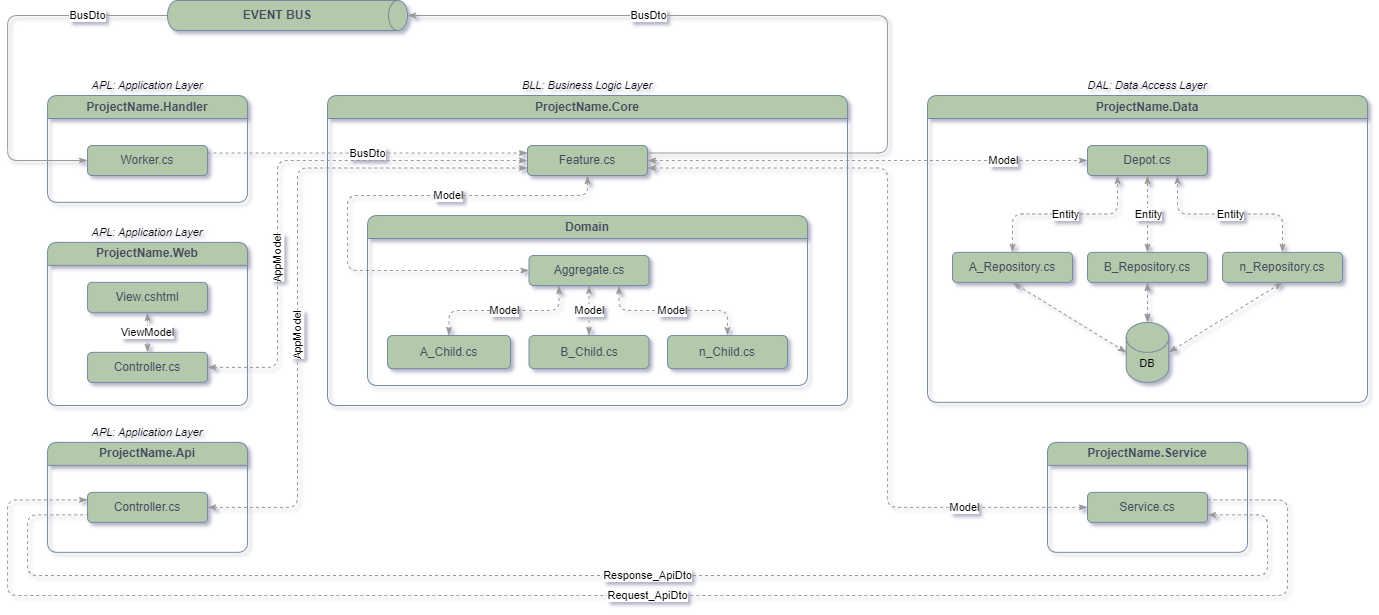
This is docs/SolutionArchitecture_style.png from iDoctor1977/MicroServicesTemplate, a draw.io export, as it was before one commit. Source tidied: cells renumbered, new cells last; positions are measured from the earlier drawing's top-left corner, leaving out a move shared by most shapes.
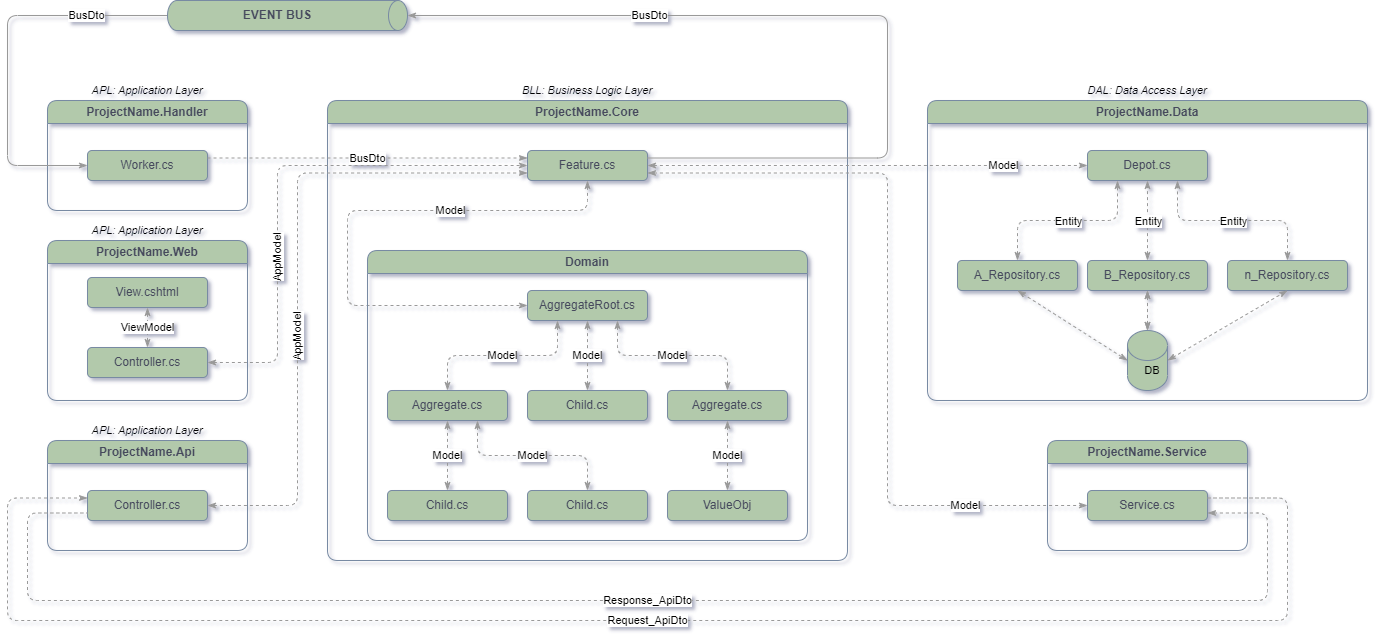
The same file after the commit.

What changed in the source:
```diff
@@ -5,3 +5,3 @@
     <mxCell id="2" value="ProjectName.Handler" style="swimlane;whiteSpace=wrap;html=1;fillColor=#B2C9AB;strokeColor=#788AA3;labelBackgroundColor=none;fontColor=#46495D;rounded=1;fontFamily=Helvetica;" parent="1" vertex="1">
-      <mxGeometry x="40" y="95" width="200" height="106.9" as="geometry" />
+      <mxGeometry x="-640" y="135" width="200" height="110" as="geometry" />
     </mxCell>
@@ -11,3 +11,3 @@
     <mxCell id="4" value="ProjectName.Core" style="swimlane;whiteSpace=wrap;html=1;labelBackgroundColor=none;fillColor=#B2C9AB;strokeColor=#788AA3;fontColor=#46495D;rounded=1;fontFamily=Helvetica;" parent="1" vertex="1">
-      <mxGeometry x="320" y="95" width="520" height="310" as="geometry" />
+      <mxGeometry x="-360" y="135" width="520" height="460" as="geometry" />
     </mxCell>
@@ -16,5 +16,5 @@
         <Array as="points">
-          <mxPoint x="260" y="100" />
-          <mxPoint x="20" y="100" />
-          <mxPoint x="20" y="175" />
+          <mxPoint x="260" y="110" />
+          <mxPoint x="20" y="110" />
+          <mxPoint x="20" y="205" />
         </Array>
@@ -29,3 +29,3 @@
     <mxCell id="8" value="Domain" style="swimlane;whiteSpace=wrap;html=1;fillColor=#B2C9AB;strokeColor=#788AA3;labelBackgroundColor=none;fontColor=#46495D;rounded=1;fontFamily=Helvetica;align=center;labelPosition=center;verticalLabelPosition=middle;verticalAlign=middle;spacingLeft=0;swimlaneLine=1;" parent="4" vertex="1">
-      <mxGeometry x="40" y="120" width="440" height="170" as="geometry" />
+      <mxGeometry x="40" y="150" width="440" height="290" as="geometry" />
     </mxCell>
@@ -37,13 +37,22 @@
     </mxCell>
-    <mxCell id="11" value="Aggregate.cs" style="rounded=1;whiteSpace=wrap;html=1;labelBackgroundColor=none;fillColor=#B2C9AB;strokeColor=#788AA3;fontColor=#46495D;fillStyle=auto;fontFamily=Helvetica;" parent="8" vertex="1">
-      <mxGeometry x="161.5" y="40" width="120" height="30" as="geometry" />
+    <mxCell id="11" value="AggregateRoot.cs" style="rounded=1;whiteSpace=wrap;html=1;labelBackgroundColor=none;fillColor=#B2C9AB;strokeColor=#788AA3;fontColor=#46495D;fillStyle=auto;fontFamily=Helvetica;" parent="8" vertex="1">
+      <mxGeometry x="160" y="40" width="120" height="30" as="geometry" />
     </mxCell>
-    <mxCell id="12" value="B_Child.cs" style="rounded=1;whiteSpace=wrap;html=1;labelBackgroundColor=none;fillColor=#B2C9AB;strokeColor=#788AA3;fontColor=#46495D;fontFamily=Helvetica;" parent="8" vertex="1">
-      <mxGeometry x="161.5" y="120" width="120" height="33.1" as="geometry" />
+    <mxCell id="12" value="Child.cs" style="rounded=1;whiteSpace=wrap;html=1;labelBackgroundColor=none;fillColor=#B2C9AB;strokeColor=#788AA3;fontColor=#46495D;fontFamily=Helvetica;" parent="8" vertex="1">
+      <mxGeometry x="160" y="140" width="120" height="30" as="geometry" />
     </mxCell>
+    <mxCell id="58" value="Model" style="edgeStyle=orthogonalEdgeStyle;shape=connector;rounded=1;jettySize=auto;html=1;dashed=1;labelBackgroundColor=default;strokeColor=#999999;align=center;verticalAlign=middle;fontFamily=Helvetica;fontSize=11;fontColor=default;startArrow=classicThin;startFill=1;endArrow=classicThin;endFill=1;" parent="8" edge="1" source="13" target="63">
+      <mxGeometry relative="1" as="geometry" />
+    </mxCell>
-    <mxCell id="13" value="n_Child.cs" style="rounded=1;whiteSpace=wrap;html=1;labelBackgroundColor=none;fillColor=#B2C9AB;strokeColor=#788AA3;fontColor=#46495D;fontFamily=Helvetica;" parent="8" vertex="1">
-      <mxGeometry x="300" y="120" width="120" height="33.1" as="geometry" />
+    <mxCell id="13" value="Aggregate.cs" style="rounded=1;whiteSpace=wrap;html=1;labelBackgroundColor=none;fillColor=#B2C9AB;strokeColor=#788AA3;fontColor=#46495D;fontFamily=Helvetica;" parent="8" vertex="1">
+      <mxGeometry x="300" y="140" width="120" height="30" as="geometry" />
     </mxCell>
+    <mxCell id="59" value="Model" style="edgeStyle=orthogonalEdgeStyle;shape=connector;rounded=1;jettySize=auto;html=1;dashed=1;labelBackgroundColor=default;strokeColor=#999999;align=center;verticalAlign=middle;fontFamily=Helvetica;fontSize=11;fontColor=default;startArrow=classicThin;startFill=1;endArrow=classicThin;endFill=1;" parent="8" edge="1" source="14" target="61">
+      <mxGeometry relative="1" as="geometry" />
+    </mxCell>
+    <mxCell id="60" value="Model" style="edgeStyle=orthogonalEdgeStyle;shape=connector;rounded=1;jettySize=auto;html=1;exitX=0.75;exitY=1;exitDx=0;exitDy=0;entryX=0.5;entryY=0;entryDx=0;entryDy=0;dashed=1;labelBackgroundColor=default;strokeColor=#999999;align=center;verticalAlign=middle;fontFamily=Helvetica;fontSize=11;fontColor=default;startArrow=classicThin;startFill=1;endArrow=classicThin;endFill=1;" parent="8" edge="1" source="14" target="62">
+      <mxGeometry relative="1" as="geometry" />
+    </mxCell>
-    <mxCell id="14" value="A_Child.cs" style="rounded=1;whiteSpace=wrap;html=1;labelBackgroundColor=none;fillColor=#B2C9AB;strokeColor=#788AA3;fontColor=#46495D;fontFamily=Helvetica;" parent="8" vertex="1">
-      <mxGeometry x="20" y="120" width="123" height="33.1" as="geometry" />
+    <mxCell id="14" value="Aggregate.cs" style="rounded=1;whiteSpace=wrap;html=1;labelBackgroundColor=none;fillColor=#B2C9AB;strokeColor=#788AA3;fontColor=#46495D;fontFamily=Helvetica;" parent="8" vertex="1">
+      <mxGeometry x="20" y="140" width="120" height="30" as="geometry" />
     </mxCell>
@@ -52,4 +61,13 @@
     </mxCell>
+    <mxCell id="61" value="Child.cs" style="rounded=1;whiteSpace=wrap;html=1;labelBackgroundColor=none;fillColor=#B2C9AB;strokeColor=#788AA3;fontColor=#46495D;fontFamily=Helvetica;" parent="8" vertex="1">
+      <mxGeometry x="20" y="240" width="120" height="30" as="geometry" />
+    </mxCell>
+    <mxCell id="62" value="Child.cs" style="rounded=1;whiteSpace=wrap;html=1;labelBackgroundColor=none;fillColor=#B2C9AB;strokeColor=#788AA3;fontColor=#46495D;fontFamily=Helvetica;" parent="8" vertex="1">
+      <mxGeometry x="160" y="240" width="120" height="30" as="geometry" />
+    </mxCell>
+    <mxCell id="63" value="ValueObj" style="rounded=1;whiteSpace=wrap;html=1;labelBackgroundColor=none;fillColor=#B2C9AB;strokeColor=#788AA3;fontColor=#46495D;fontFamily=Helvetica;" parent="8" vertex="1">
+      <mxGeometry x="300" y="240" width="120" height="30" as="geometry" />
+    </mxCell>
     <mxCell id="16" value="ProjectName.Data" style="swimlane;whiteSpace=wrap;html=1;labelBackgroundColor=none;fillColor=#B2C9AB;strokeColor=#788AA3;fontColor=#46495D;rounded=1;fontFamily=Helvetica;" parent="1" vertex="1">
-      <mxGeometry x="920" y="95" width="440" height="306.9" as="geometry" />
+      <mxGeometry x="240" y="135" width="440" height="300" as="geometry" />
     </mxCell>
@@ -59,9 +77,9 @@
     <mxCell id="18" value="B_Repository.cs" style="rounded=1;whiteSpace=wrap;html=1;labelBackgroundColor=none;fillColor=#B2C9AB;strokeColor=#788AA3;fontColor=#46495D;fontFamily=Helvetica;" parent="16" vertex="1">
-      <mxGeometry x="160" y="156.9" width="120" height="30" as="geometry" />
+      <mxGeometry x="160" y="160" width="120" height="30" as="geometry" />
     </mxCell>
     <mxCell id="19" value="n_Repository.cs" style="rounded=1;whiteSpace=wrap;html=1;labelBackgroundColor=none;fillColor=#B2C9AB;strokeColor=#788AA3;fontColor=#46495D;fontFamily=Helvetica;" parent="16" vertex="1">
-      <mxGeometry x="295" y="156.9" width="120" height="30" as="geometry" />
+      <mxGeometry x="300" y="160" width="120" height="30" as="geometry" />
     </mxCell>
     <mxCell id="20" value="A_Repository.cs" style="rounded=1;whiteSpace=wrap;html=1;labelBackgroundColor=none;fillColor=#B2C9AB;strokeColor=#788AA3;fontColor=#46495D;fontFamily=Helvetica;" parent="16" vertex="1">
-      <mxGeometry x="25" y="156.9" width="120" height="30" as="geometry" />
+      <mxGeometry x="30" y="160" width="120" height="30" as="geometry" />
     </mxCell>
@@ -71,3 +89,3 @@
     <mxCell id="22" style="shape=cylinder3;whiteSpace=wrap;html=1;boundedLbl=1;backgroundOutline=1;size=15;fontFamily=Helvetica;fontSize=11;fontColor=#46495D;labelBackgroundColor=none;fillColor=#B2C9AB;strokeColor=#788AA3;rounded=1;" parent="16" vertex="1">
-      <mxGeometry x="198.8" y="226.9" width="42.5" height="60" as="geometry" />
+      <mxGeometry x="200" y="230" width="40" height="60" as="geometry" />
     </mxCell>
@@ -101,3 +119,3 @@
     <mxCell id="32" value="DB" style="text;strokeColor=none;align=center;fillColor=none;html=1;verticalAlign=middle;whiteSpace=wrap;rounded=1;fontSize=11;fontFamily=Helvetica;fontColor=default;" parent="16" vertex="1">
-      <mxGeometry x="205" y="256.9" width="30" height="23.1" as="geometry" />
+      <mxGeometry x="210" y="260" width="30" height="20" as="geometry" />
     </mxCell>
@@ -106,4 +124,4 @@
         <Array as="points">
-          <mxPoint x="0.1" y="15" />
-          <mxPoint x="0.1" y="160" />
+          <mxPoint x="-680" y="50" />
+          <mxPoint x="-680" y="200" />
         </Array>
@@ -112,9 +130,9 @@
     <mxCell id="34" style="shape=cylinder3;whiteSpace=wrap;html=1;boundedLbl=1;backgroundOutline=1;size=9.499999999999886;strokeColor=#788AA3;fontColor=#46495D;fillColor=#B2C9AB;direction=south;rounded=1;fontFamily=Helvetica;" parent="1" vertex="1">
-      <mxGeometry x="160" width="240" height="30" as="geometry" />
+      <mxGeometry x="-520" y="35" width="240" height="30" as="geometry" />
     </mxCell>
     <mxCell id="35" value="&lt;b&gt;EVENT BUS&lt;/b&gt;" style="text;html=1;strokeColor=none;fillColor=none;align=center;verticalAlign=middle;whiteSpace=wrap;rounded=1;fontColor=#46495D;glass=0;shadow=0;fontFamily=Helvetica;" parent="1" vertex="1">
-      <mxGeometry x="230" width="80" height="30" as="geometry" />
+      <mxGeometry x="-450" y="35" width="80" height="30" as="geometry" />
     </mxCell>
     <mxCell id="36" value="&lt;font&gt;ProjectName.Service&lt;/font&gt;" style="swimlane;whiteSpace=wrap;html=1;labelBackgroundColor=none;fillColor=#B2C9AB;strokeColor=#788AA3;fontColor=#46495D;rounded=1;fontFamily=Helvetica;" parent="1" vertex="1">
-      <mxGeometry x="1040" y="441.9" width="200" height="110" as="geometry" />
+      <mxGeometry x="360" y="475" width="200" height="110" as="geometry" />
     </mxCell>
@@ -125,4 +143,4 @@
       <mxGeometry relative="1" as="geometry">
-        <mxPoint x="1280" y="446.9" as="sourcePoint" />
-        <mxPoint x="1280" y="446.9" as="targetPoint" />
+        <mxPoint x="600" y="481.9" as="sourcePoint" />
+        <mxPoint x="600" y="481.9" as="targetPoint" />
       </mxGeometry>
@@ -130,6 +148,6 @@
     <mxCell id="39" value="ProjectName.Web" style="swimlane;whiteSpace=wrap;html=1;fillColor=#B2C9AB;strokeColor=#788AA3;labelBackgroundColor=none;fontColor=#46495D;rounded=1;fontFamily=Helvetica;" parent="1" vertex="1">
-      <mxGeometry x="40" y="241.9" width="200" height="163.1" as="geometry" />
+      <mxGeometry x="-640" y="275" width="200" height="160" as="geometry" />
     </mxCell>
     <mxCell id="40" value="Controller.cs" style="rounded=1;whiteSpace=wrap;html=1;labelBackgroundColor=none;fillColor=#B2C9AB;strokeColor=#788AA3;fontColor=#46495D;fontFamily=Helvetica;" parent="39" vertex="1">
-      <mxGeometry x="40" y="110" width="120" height="30" as="geometry" />
+      <mxGeometry x="40" y="107" width="120" height="30" as="geometry" />
     </mxCell>
@@ -139,3 +157,3 @@
     <mxCell id="42" value="View.cshtml" style="rounded=1;whiteSpace=wrap;html=1;labelBackgroundColor=none;fillColor=#B2C9AB;strokeColor=#788AA3;fontColor=#46495D;fontFamily=Helvetica;" parent="39" vertex="1">
-      <mxGeometry x="40" y="40" width="120" height="30" as="geometry" />
+      <mxGeometry x="40" y="37" width="120" height="30" as="geometry" />
     </mxCell>
@@ -147,4 +165,4 @@
         <Array as="points">
-          <mxPoint x="880" y="168" />
-          <mxPoint x="880" y="507" />
+          <mxPoint x="200" y="207" />
+          <mxPoint x="200" y="540" />
         </Array>
@@ -153,3 +171,3 @@
     <mxCell id="45" value="ProjectName.Api" style="swimlane;whiteSpace=wrap;html=1;fillColor=#B2C9AB;strokeColor=#788AA3;labelBackgroundColor=none;fontColor=#46495D;rounded=1;fontFamily=Helvetica;" parent="1" vertex="1">
-      <mxGeometry x="40" y="441.9" width="200" height="110" as="geometry" />
+      <mxGeometry x="-640" y="475" width="200" height="110" as="geometry" />
     </mxCell>
@@ -164,4 +182,4 @@
         <Array as="points">
-          <mxPoint x="270" y="367" />
-          <mxPoint x="270" y="160" />
+          <mxPoint x="-410" y="397" />
+          <mxPoint x="-410" y="200" />
         </Array>
@@ -172,4 +190,5 @@
         <Array as="points">
-          <mxPoint x="290" y="507" />
-          <mxPoint x="290" y="168" />
+          <mxPoint x="-390" y="540" />
+          <mxPoint x="-390" y="208" />
+          <mxPoint x="-160" y="208" />
         </Array>
@@ -177,9 +196,9 @@
     </mxCell>
-    <mxCell id="50" value="Request_ApiDto" style="edgeStyle=orthogonalEdgeStyle;shape=connector;rounded=1;jettySize=auto;html=1;exitX=1;exitY=0.25;exitDx=0;exitDy=0;entryX=0;entryY=0.25;entryDx=0;entryDy=0;dashed=1;labelBackgroundColor=default;strokeColor=#999999;align=center;verticalAlign=middle;fontFamily=Helvetica;fontSize=11;fontColor=default;startArrow=none;startFill=0;endArrow=classicThin;endFill=1;" parent="1" edge="1" source="37" target="46">
+    <mxCell id="50" value="Request_ApiDto" style="edgeStyle=orthogonalEdgeStyle;shape=connector;rounded=1;jettySize=auto;html=1;dashed=1;labelBackgroundColor=default;strokeColor=#999999;align=center;verticalAlign=middle;fontFamily=Helvetica;fontSize=11;fontColor=default;startArrow=none;startFill=0;endArrow=classicThin;endFill=1;exitX=1;exitY=0.25;exitDx=0;exitDy=0;entryX=0;entryY=0.25;entryDx=0;entryDy=0;" parent="1" edge="1" source="37" target="46">
       <mxGeometry relative="1" as="geometry">
         <Array as="points">
-          <mxPoint x="1280" y="499" />
-          <mxPoint x="1280" y="595" />
-          <mxPoint y="595" />
-          <mxPoint y="499" />
+          <mxPoint x="600" y="533" />
+          <mxPoint x="600" y="655" />
+          <mxPoint x="-680" y="655" />
+          <mxPoint x="-680" y="533" />
         </Array>
@@ -190,6 +209,6 @@
         <Array as="points">
-          <mxPoint x="1260" y="514" />
-          <mxPoint x="1260" y="575" />
-          <mxPoint x="20" y="575" />
-          <mxPoint x="20" y="514" />
+          <mxPoint x="580" y="548" />
+          <mxPoint x="580" y="635" />
+          <mxPoint x="-660" y="635" />
+          <mxPoint x="-660" y="548" />
         </Array>
@@ -198,9 +217,9 @@
     <mxCell id="52" value="BLL:&amp;nbsp;Business Logic Layer" style="text;strokeColor=none;align=center;fillColor=none;html=1;verticalAlign=middle;whiteSpace=wrap;rounded=1;fontSize=11;fontFamily=Helvetica;fontColor=default;fontStyle=2;" parent="1" vertex="1">
-      <mxGeometry x="360" y="75" width="440" height="20" as="geometry" />
+      <mxGeometry x="-320" y="115" width="440" height="20" as="geometry" />
     </mxCell>
     <mxCell id="53" value="DAL:&amp;nbsp;Data Access Layer" style="text;strokeColor=none;align=center;fillColor=none;html=1;verticalAlign=middle;whiteSpace=wrap;rounded=1;fontSize=11;fontFamily=Helvetica;fontColor=default;fontStyle=2;" parent="1" vertex="1">
-      <mxGeometry x="920" y="75" width="440" height="20" as="geometry" />
+      <mxGeometry x="240" y="115" width="440" height="20" as="geometry" />
     </mxCell>
     <mxCell id="54" value="APL:&amp;nbsp;Application Layer" style="text;strokeColor=none;align=center;fillColor=none;html=1;verticalAlign=middle;whiteSpace=wrap;rounded=1;fontSize=11;fontFamily=Helvetica;fontColor=default;fontStyle=2;" parent="1" vertex="1">
-      <mxGeometry x="40" y="221.9" width="200" height="20" as="geometry" />
+      <mxGeometry x="-640" y="255" width="200" height="20" as="geometry" />
     </mxCell>
@@ -209,4 +228,4 @@
         <Array as="points">
-          <mxPoint x="880" y="153" />
-          <mxPoint x="880" y="15" />
+          <mxPoint x="200" y="192" />
+          <mxPoint x="200" y="50" />
         </Array>
@@ -215,6 +234,6 @@
     <mxCell id="56" value="APL:&amp;nbsp;Application Layer" style="text;strokeColor=none;align=center;fillColor=none;html=1;verticalAlign=middle;whiteSpace=wrap;rounded=1;fontSize=11;fontFamily=Helvetica;fontColor=default;fontStyle=2;" parent="1" vertex="1">
-      <mxGeometry x="40" y="421.9" width="200" height="20" as="geometry" />
+      <mxGeometry x="-640" y="455" width="200" height="20" as="geometry" />
     </mxCell>
     <mxCell id="57" value="APL:&amp;nbsp;Application Layer" style="text;strokeColor=none;align=center;fillColor=none;html=1;verticalAlign=middle;whiteSpace=wrap;rounded=1;fontSize=11;fontFamily=Helvetica;fontColor=default;fontStyle=2;" parent="1" vertex="1">
-      <mxGeometry x="40" y="75" width="200" height="20" as="geometry" />
+      <mxGeometry x="-640" y="115" width="200" height="20" as="geometry" />
     </mxCell>
```
